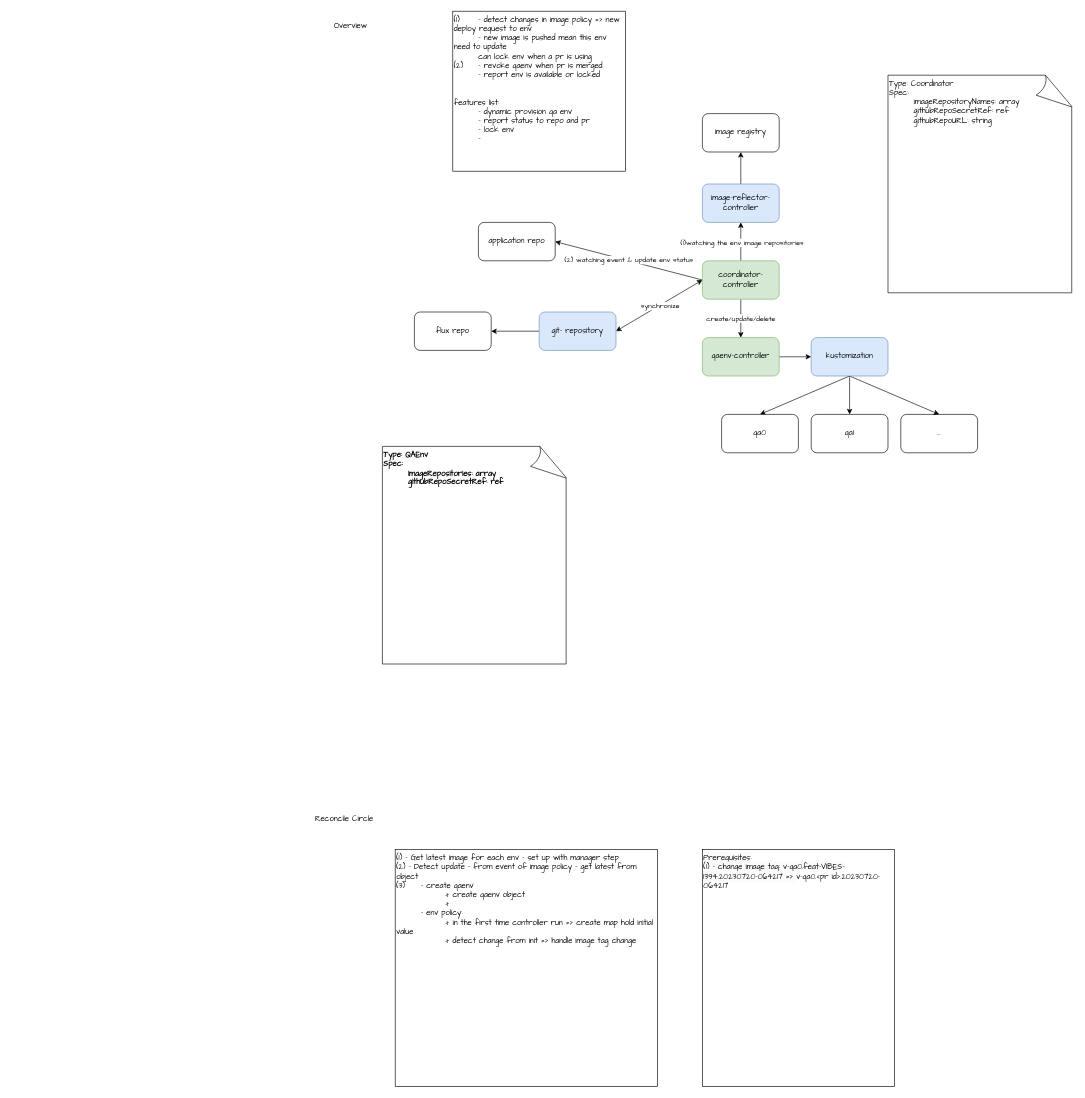
Before: doc/diagram/Untitled Diagram.drawio in duckhue01/qaenv, a draw.io diagram. Source tidied: cells renumbered, new cells numbered last; positions are measured from the earlier drawing's top-left corner, leaving out a move shared by most shapes. Both pictures are drawn from the tidied source at 64%, with x=0, y=0 at pixel (308, 11).
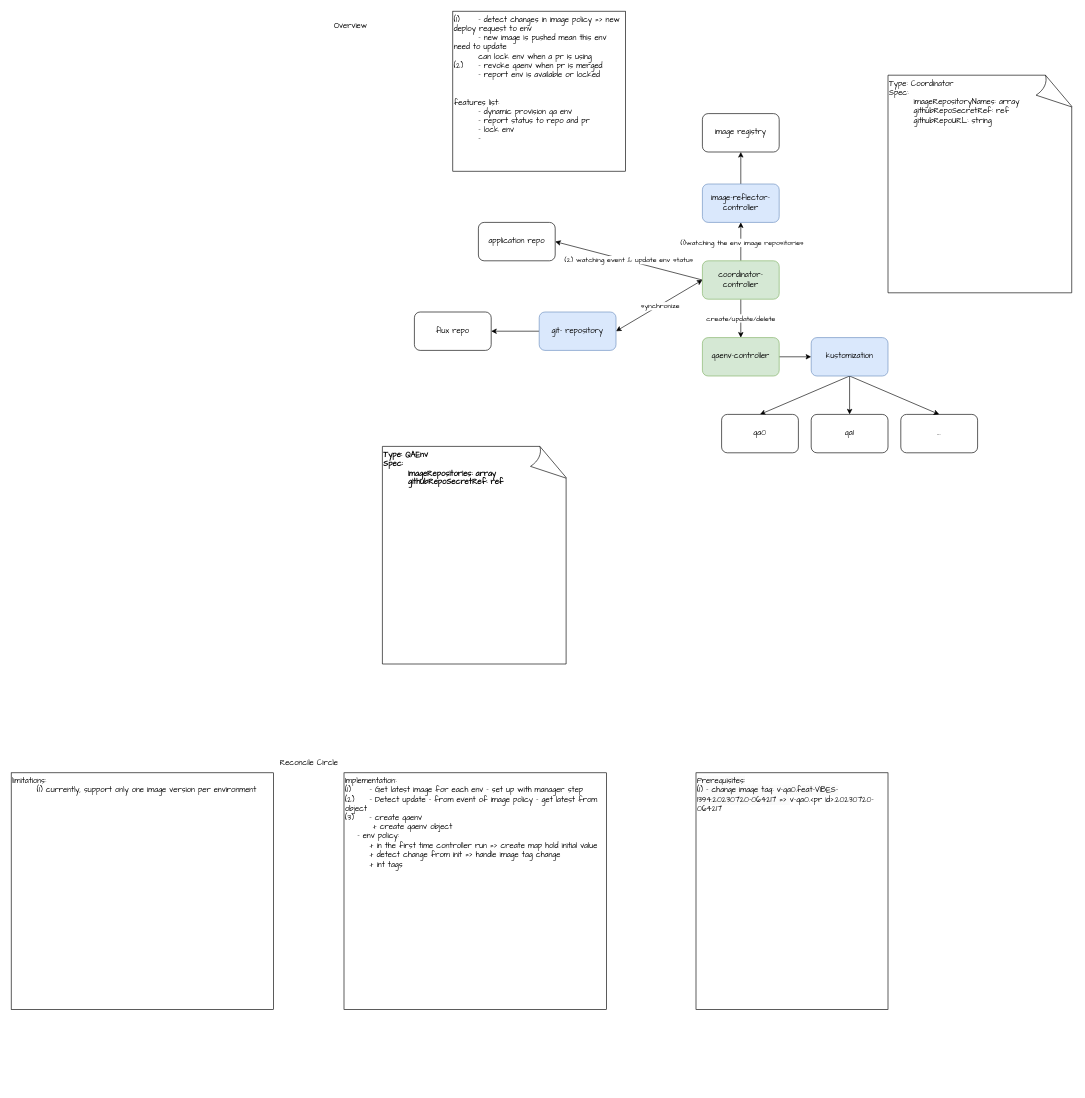
After the change.

Change to the diagram source:
```diff
@@
     <mxCell id="28" value="Reconcile Circle" style="text;html=1;align=center;verticalAlign=middle;strokeColor=none;fillColor=none;fontFamily=Comic Sans MS;" parent="1" vertex="1">
-      <mxGeometry y="1248" width="110" height="30" as="geometry" />
+      <mxGeometry x="-55" y="1160" width="110" height="30" as="geometry" />
     </mxCell>
     <mxCell id="29" value="&lt;span style=&quot;color: rgb(0, 0, 0); font-size: 12px; font-style: normal; font-variant-ligatures: normal; font-variant-caps: normal; font-weight: 400; letter-spacing: normal; orphans: 2; text-indent: 0px; text-transform: none; widows: 2; word-spacing: 0px; -webkit-text-stroke-width: 0px; background-color: rgb(251, 251, 251); text-decoration-thickness: initial; text-decoration-style: initial; text-decoration-color: initial; float: none; display: inline !important;&quot;&gt;Prerequisites:&lt;/span&gt;&lt;br style=&quot;border-color: var(--border-color); color: rgb(0, 0, 0); font-size: 12px; font-style: normal; font-variant-ligatures: normal; font-variant-caps: normal; font-weight: 400; letter-spacing: normal; orphans: 2; text-indent: 0px; text-transform: none; widows: 2; word-spacing: 0px; -webkit-text-stroke-width: 0px; background-color: rgb(251, 251, 251); text-decoration-thickness: initial; text-decoration-style: initial; text-decoration-color: initial;&quot;&gt;&lt;span style=&quot;color: rgb(0, 0, 0); font-size: 12px; font-style: normal; font-variant-ligatures: normal; font-variant-caps: normal; font-weight: 400; letter-spacing: normal; orphans: 2; text-indent: 0px; text-transform: none; widows: 2; word-spacing: 0px; -webkit-text-stroke-width: 0px; background-color: rgb(251, 251, 251); text-decoration-thickness: initial; text-decoration-style: initial; text-decoration-color: initial; float: none; display: inline !important;&quot;&gt;(1) - change image tag:&amp;nbsp;v-qa0.feat-VIBES-1394.20230720-064217 =&amp;gt;&amp;nbsp;&lt;/span&gt;v-qa0.&amp;lt;pr id&amp;gt;.20230720-064217" style="rounded=0;whiteSpace=wrap;html=1;verticalAlign=top;align=left;fontFamily=Comic Sans MS;" parent="1" vertex="1">
-      <mxGeometry x="615" y="1310" width="300" height="370" as="geometry" />
+      <mxGeometry x="605" y="1190" width="300" height="370" as="geometry" />
     </mxCell>
-    <mxCell id="30" value="(1) - Get latest image for each env - set up with manager step&lt;br style=&quot;border-color: var(--border-color);&quot;&gt;&lt;span style=&quot;&quot;&gt;(2) - Detect update - from event of image policy - get latest from object&lt;/span&gt;&lt;br style=&quot;border-color: var(--border-color);&quot;&gt;&lt;span style=&quot;&quot;&gt;(3) &lt;span style=&quot;white-space: pre;&quot;&gt;&#9;&lt;/span&gt;- create qaenv&lt;br&gt;&lt;span style=&quot;white-space: pre;&quot;&gt;&#9;&lt;/span&gt;&amp;nbsp;&lt;span style=&quot;white-space: pre;&quot;&gt;&#9;&lt;/span&gt;+ create qaenv object&lt;br&gt;&lt;span style=&quot;white-space: pre;&quot;&gt;&#9;&lt;/span&gt;&lt;span style=&quot;white-space: pre;&quot;&gt;&#9;&lt;/span&gt;+&amp;nbsp;&lt;br&gt;&lt;span style=&quot;white-space: pre;&quot;&gt;&#9;&lt;/span&gt;- env policy:&amp;nbsp;&lt;br&gt;&lt;span style=&quot;white-space: pre;&quot;&gt;&#9;&lt;/span&gt;&lt;span style=&quot;white-space: pre;&quot;&gt;&#9;&lt;/span&gt;+ in the first time controller run =&amp;gt; create map hold initial value&lt;br&gt;&lt;span style=&quot;white-space: pre;&quot;&gt;&#9;&lt;/span&gt;&lt;span style=&quot;white-space: pre;&quot;&gt;&#9;&lt;/span&gt;+ detect change from init =&amp;gt; handle image tag change&lt;br&gt;&lt;/span&gt;" style="rounded=0;whiteSpace=wrap;html=1;verticalAlign=top;align=left;fontFamily=Comic Sans MS;" parent="1" vertex="1">
-      <mxGeometry x="135" y="1310" width="410" height="370" as="geometry" />
+    <mxCell id="30" value="Implementation:&lt;br&gt;(1) &lt;span style=&quot;white-space: pre;&quot;&gt;&#9;&lt;/span&gt;- Get latest image for each env - set up with manager step&lt;br style=&quot;border-color: var(--border-color);&quot;&gt;&lt;span style=&quot;border-color: var(--border-color);&quot;&gt;(2) &lt;span style=&quot;white-space: pre;&quot;&gt;&#9;&lt;/span&gt;- Detect update - from event of image policy - get latest from object&lt;/span&gt;&lt;br style=&quot;border-color: var(--border-color);&quot;&gt;&lt;span style=&quot;border-color: var(--border-color);&quot;&gt;(3)&amp;nbsp;&lt;span style=&quot;border-color: var(--border-color);&quot;&gt;&lt;span style=&quot;white-space: pre;&quot;&gt;&amp;nbsp;&amp;nbsp;&amp;nbsp;&amp;nbsp;&lt;/span&gt;&lt;/span&gt;- create qaenv&lt;br style=&quot;border-color: var(--border-color);&quot;&gt;&lt;span style=&quot;border-color: var(--border-color);&quot;&gt;&lt;span style=&quot;white-space: pre;&quot;&gt;&amp;nbsp;&amp;nbsp;&amp;nbsp;&amp;nbsp;&lt;/span&gt;&lt;/span&gt;&amp;nbsp;&lt;span style=&quot;border-color: var(--border-color);&quot;&gt;&lt;span style=&quot;white-space: pre;&quot;&gt;&amp;nbsp;&amp;nbsp;&amp;nbsp;&amp;nbsp;&lt;/span&gt;&lt;/span&gt;+ create qaenv object&lt;br style=&quot;border-color: var(--border-color);&quot;&gt;&lt;span style=&quot;border-color: var(--border-color);&quot;&gt;&lt;span style=&quot;white-space: pre;&quot;&gt;&amp;nbsp;&amp;nbsp;&amp;nbsp;&amp;nbsp;&lt;/span&gt;&lt;/span&gt;- env policy:&amp;nbsp;&lt;br style=&quot;border-color: var(--border-color);&quot;&gt;&lt;span style=&quot;border-color: var(--border-color);&quot;&gt;&lt;span style=&quot;white-space: pre;&quot;&gt;&amp;nbsp;&amp;nbsp;&amp;nbsp;&amp;nbsp;&lt;/span&gt;&lt;/span&gt;&lt;span style=&quot;border-color: var(--border-color);&quot;&gt;&lt;span style=&quot;white-space: pre;&quot;&gt;&amp;nbsp;&amp;nbsp;&amp;nbsp;&amp;nbsp;&lt;/span&gt;&lt;/span&gt;+ in the first time controller run =&amp;gt; create map hold initial value&lt;br style=&quot;border-color: var(--border-color);&quot;&gt;&lt;span style=&quot;border-color: var(--border-color);&quot;&gt;&lt;span style=&quot;white-space: pre;&quot;&gt;&amp;nbsp;&amp;nbsp;&amp;nbsp;&amp;nbsp;&lt;/span&gt;&lt;/span&gt;&lt;span style=&quot;border-color: var(--border-color);&quot;&gt;&lt;span style=&quot;white-space: pre;&quot;&gt;&amp;nbsp;&amp;nbsp;&amp;nbsp;&amp;nbsp;&lt;/span&gt;&lt;/span&gt;+ detect change from init =&amp;gt; handle image tag change&lt;br style=&quot;border-color: var(--border-color);&quot;&gt;&lt;span style=&quot;border-color: var(--border-color);&quot;&gt;&lt;span style=&quot;white-space: pre;&quot;&gt;&amp;nbsp;&amp;nbsp;&amp;nbsp;&amp;nbsp;&lt;/span&gt;&lt;/span&gt;&lt;span style=&quot;border-color: var(--border-color);&quot;&gt;&lt;span style=&quot;white-space: pre;&quot;&gt;&amp;nbsp;&amp;nbsp;&amp;nbsp;&amp;nbsp;&lt;/span&gt;&lt;/span&gt;+ int tags&lt;/span&gt;&lt;span style=&quot;&quot;&gt;&lt;br&gt;&lt;/span&gt;" style="rounded=0;whiteSpace=wrap;html=1;verticalAlign=top;align=left;fontFamily=Comic Sans MS;" parent="1" vertex="1">
+      <mxGeometry x="55" y="1190" width="410" height="370" as="geometry" />
     </mxCell>
@@
+    <mxCell id="33" value="&lt;span style=&quot;&quot;&gt;limitations:&lt;br&gt;&lt;span style=&quot;white-space: pre;&quot;&gt;&#9;&lt;/span&gt;(1) currently, support only one image version per environment&lt;br&gt;&lt;br&gt;&lt;/span&gt;" style="rounded=0;whiteSpace=wrap;html=1;verticalAlign=top;align=left;fontFamily=Comic Sans MS;" parent="1" vertex="1">
+      <mxGeometry x="-465" y="1190" width="410" height="370" as="geometry" />
+    </mxCell>
```
